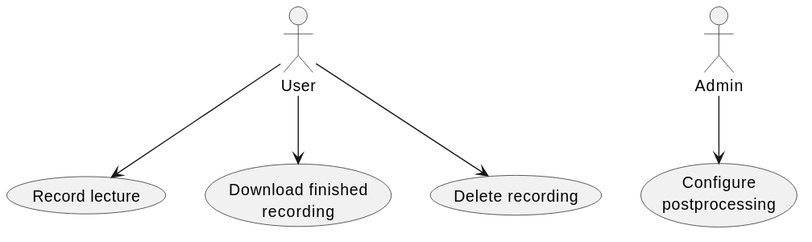
Earlier version of the PlantUML export frontend/doc/use-cases.svg (fknauf/ise-recorder).
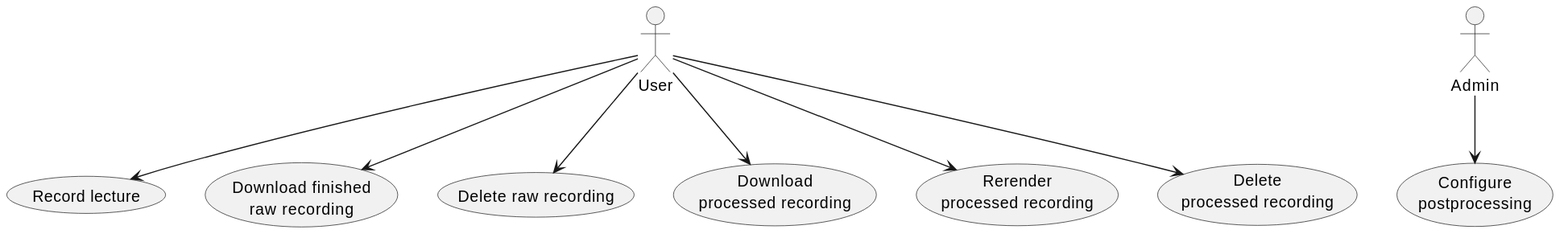
Above is the later version.

Diff of the diagram source:
```diff
@@ -3,7 +3,10 @@
 :Admin:
 
 User --_> (Record lecture)
-User --_> (Download finished\nrecording)
-User --_> (Delete recording)
+User --_> (Download finished\nraw recording)
+User --_> (Delete raw recording)
+User --_> (Download\nprocessed recording)
+User --_> (Rerender\nprocessed recording)
+User --_> (Delete\nprocessed recording)
 Admin --_> (Configure\npostprocessing)
 @enduml
```
